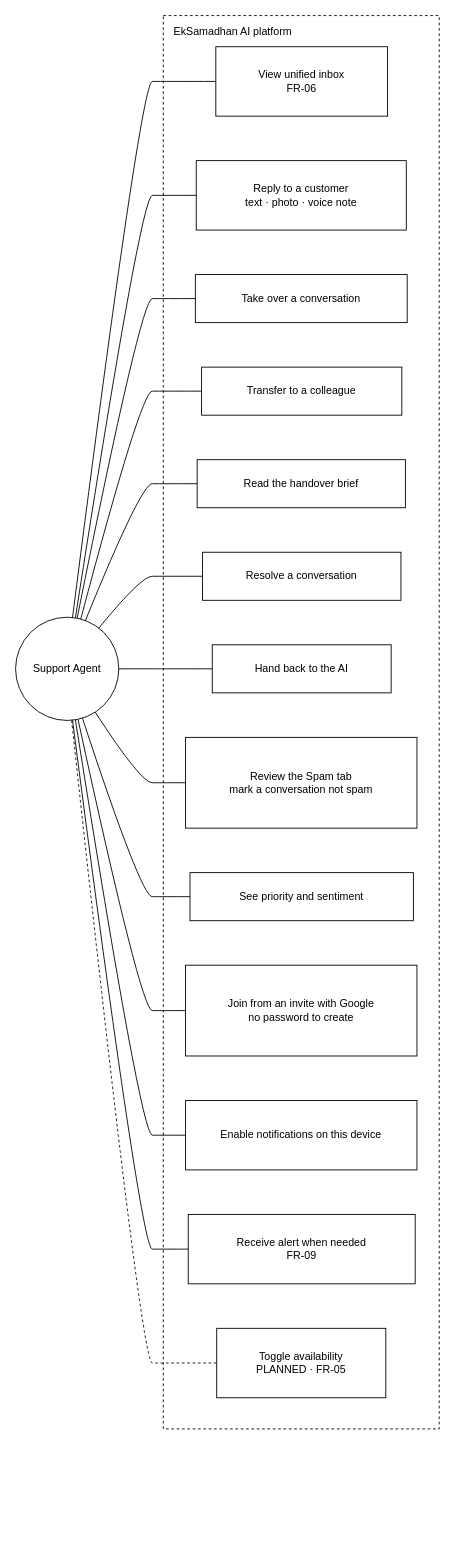
Above: docs/system-design/draw.io/use-case/use-case-support-agent.drawio in SayubShakya/eksamadhan-ai (draw.io), before the change. Source tidied: cells renumbered, new cells numbered last; positions are measured from the earlier drawing's top-left corner, leaving out a move shared by most shapes. Both pictures are drawn from the tidied source at 89%, with x=0, y=0 at pixel (15, 15).
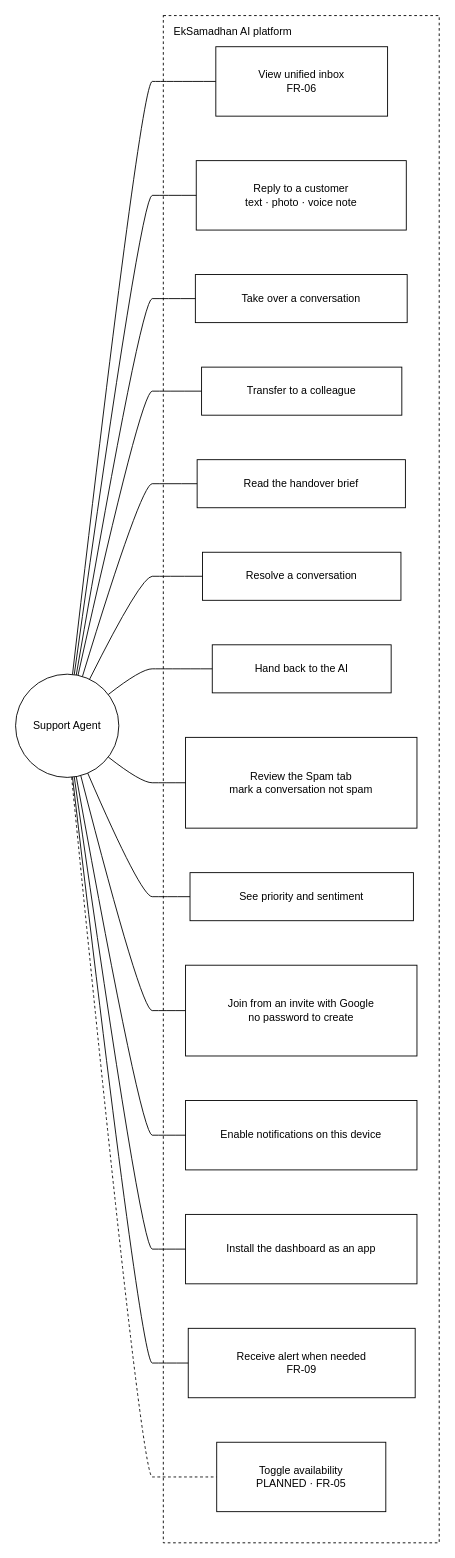
The same page after the edit.

Unchanged cells that the change refers to:
```xml
<mxCell id="5" value="Reply to a customer&lt;br/&gt;text · photo · voice note" style="rounded=0;whiteSpace=wrap;html=1;" parent="2" vertex="1">
  <mxGeometry x="37" y="163" width="236" height="78" as="geometry" />
</mxCell>
<mxCell id="6" value="Take over a conversation" style="rounded=0;whiteSpace=wrap;html=1;" parent="2" vertex="1">
  <mxGeometry x="36" y="291" width="238" height="54" as="geometry" />
</mxCell>
<mxCell id="7" value="Transfer to a colleague" style="rounded=0;whiteSpace=wrap;html=1;" parent="2" vertex="1">
  <mxGeometry x="43" y="395" width="225" height="54" as="geometry" />
</mxCell>
<mxCell id="8" value="Read the handover brief" style="rounded=0;whiteSpace=wrap;html=1;" parent="2" vertex="1">
  <mxGeometry x="38" y="499" width="234" height="54" as="geometry" />
</mxCell>
<mxCell id="9" value="Resolve a conversation" style="rounded=0;whiteSpace=wrap;html=1;" parent="2" vertex="1">
  <mxGeometry x="44" y="603" width="223" height="54" as="geometry" />
</mxCell>
<mxCell id="10" value="Hand back to the AI" style="rounded=0;whiteSpace=wrap;html=1;" parent="2" vertex="1">
  <mxGeometry x="55" y="707" width="201" height="54" as="geometry" />
</mxCell>
<mxCell id="11" value="Review the Spam tab&lt;br/&gt;mark a conversation not spam" style="rounded=0;whiteSpace=wrap;html=1;" parent="2" vertex="1">
  <mxGeometry x="25" y="811" width="260" height="102" as="geometry" />
</mxCell>
<mxCell id="12" value="See priority and sentiment" style="rounded=0;whiteSpace=wrap;html=1;" parent="2" vertex="1">
  <mxGeometry x="30" y="963" width="251" height="54" as="geometry" />
</mxCell>
<mxCell id="13" value="Join from an invite with Google&lt;br/&gt;no password to create" style="rounded=0;whiteSpace=wrap;html=1;" parent="2" vertex="1">
  <mxGeometry x="25" y="1067" width="260" height="102" as="geometry" />
</mxCell>
<mxCell id="14" value="Enable notifications on this device" style="rounded=0;whiteSpace=wrap;html=1;" parent="2" vertex="1">
  <mxGeometry x="25" y="1219" width="260" height="78" as="geometry" />
</mxCell>
```

Diff of the diagram source:
```diff
@@
     <mxCell id="2" value="EkSamadhan AI platform" style="rounded=0;whiteSpace=wrap;html=1;dashed=1;fillColor=none;verticalAlign=top;align=left;spacingLeft=10;spacingTop=4;" parent="1" vertex="1">
-      <mxGeometry x="166" width="310" height="1588" as="geometry" />
+      <mxGeometry x="166" width="310" height="1716" as="geometry" />
     </mxCell>
     <mxCell id="3" value="Support Agent" style="ellipse;whiteSpace=wrap;html=1;" parent="1" vertex="1">
-      <mxGeometry y="676" width="116" height="116" as="geometry" />
+      <mxGeometry y="740" width="116" height="116" as="geometry" />
     </mxCell>
@@
+    <mxCell id="30" value="Install the dashboard as an app" style="rounded=0;whiteSpace=wrap;html=1;" parent="2" vertex="1">
+      <mxGeometry x="25" y="1347" width="260" height="78" as="geometry" />
+    </mxCell>
     <mxCell id="15" value="Receive alert when needed&lt;br/&gt;FR-09" style="rounded=0;whiteSpace=wrap;html=1;" parent="2" vertex="1">
-      <mxGeometry x="28" y="1347" width="255" height="78" as="geometry" />
+      <mxGeometry x="28" y="1475" width="255" height="78" as="geometry" />
     </mxCell>
     <mxCell id="16" value="Toggle availability&lt;br/&gt;PLANNED · FR-05" style="rounded=0;whiteSpace=wrap;html=1;" parent="2" vertex="1">
-      <mxGeometry x="60" y="1475" width="190" height="78" as="geometry" />
+      <mxGeometry x="60" y="1603" width="190" height="78" as="geometry" />
     </mxCell>
@@
-    <mxCell id="18" style="edgeStyle=none;curved=1;html=1;endArrow=none;exitX=0.58;exitY=0.01;exitDx=0;exitDy=0;entryX=0.00;entryY=0.50;entryDx=0;entryDy=0;" parent="1" edge="1" source="3" target="5">
+    <mxCell id="18" style="edgeStyle=none;curved=1;html=1;endArrow=none;exitX=0.57;exitY=0.00;exitDx=0;exitDy=0;entryX=0.00;entryY=0.50;entryDx=0;entryDy=0;" parent="1" edge="1" source="3" target="5">
       <mxGeometry relative="1" as="geometry">
         <Array as="points">
           <mxPoint x="141" y="202" />
           <mxPoint x="166" y="202" />
         </Array>
       </mxGeometry>
     </mxCell>
-    <mxCell id="19" style="edgeStyle=none;curved=1;html=1;endArrow=none;exitX=0.60;exitY=0.01;exitDx=0;exitDy=0;entryX=0.00;entryY=0.50;entryDx=0;entryDy=0;" parent="1" edge="1" source="3" target="6">
+    <mxCell id="19" style="edgeStyle=none;curved=1;html=1;endArrow=none;exitX=0.59;exitY=0.01;exitDx=0;exitDy=0;entryX=0.00;entryY=0.50;entryDx=0;entryDy=0;" parent="1" edge="1" source="3" target="6">
       <mxGeometry relative="1" as="geometry">
         <Array as="points">
           <mxPoint x="141" y="318" />
           <mxPoint x="166" y="318" />
         </Array>
       </mxGeometry>
     </mxCell>
-    <mxCell id="20" style="edgeStyle=none;curved=1;html=1;endArrow=none;exitX=0.63;exitY=0.02;exitDx=0;exitDy=0;entryX=0.00;entryY=0.50;entryDx=0;entryDy=0;" parent="1" edge="1" source="3" target="7">
+    <mxCell id="20" style="edgeStyle=none;curved=1;html=1;endArrow=none;exitX=0.61;exitY=0.01;exitDx=0;exitDy=0;entryX=0.00;entryY=0.50;entryDx=0;entryDy=0;" parent="1" edge="1" source="3" target="7">
       <mxGeometry relative="1" as="geometry">
         <Array as="points">
           <mxPoint x="141" y="422" />
           <mxPoint x="166" y="422" />
         </Array>
       </mxGeometry>
     </mxCell>
-    <mxCell id="21" style="edgeStyle=none;curved=1;html=1;endArrow=none;exitX=0.68;exitY=0.04;exitDx=0;exitDy=0;entryX=0.00;entryY=0.50;entryDx=0;entryDy=0;" parent="1" edge="1" source="3" target="8">
+    <mxCell id="21" style="edgeStyle=none;curved=1;html=1;endArrow=none;exitX=0.65;exitY=0.02;exitDx=0;exitDy=0;entryX=0.00;entryY=0.50;entryDx=0;entryDy=0;" parent="1" edge="1" source="3" target="8">
       <mxGeometry relative="1" as="geometry">
         <Array as="points">
           <mxPoint x="141" y="526" />
           <mxPoint x="166" y="526" />
         </Array>
       </mxGeometry>
     </mxCell>
-    <mxCell id="22" style="edgeStyle=none;curved=1;html=1;endArrow=none;exitX=0.81;exitY=0.11;exitDx=0;exitDy=0;entryX=0.00;entryY=0.50;entryDx=0;entryDy=0;" parent="1" edge="1" source="3" target="9">
+    <mxCell id="22" style="edgeStyle=none;curved=1;html=1;endArrow=none;exitX=0.72;exitY=0.05;exitDx=0;exitDy=0;entryX=0.00;entryY=0.50;entryDx=0;entryDy=0;" parent="1" edge="1" source="3" target="9">
       <mxGeometry relative="1" as="geometry">
         <Array as="points">
           <mxPoint x="141" y="630" />
           <mxPoint x="166" y="630" />
         </Array>
       </mxGeometry>
     </mxCell>
-    <mxCell id="23" style="edgeStyle=none;curved=1;html=1;endArrow=none;exitX=1.00;exitY=0.50;exitDx=0;exitDy=0;entryX=0.00;entryY=0.50;entryDx=0;entryDy=0;" parent="1" edge="1" source="3" target="10">
+    <mxCell id="23" style="edgeStyle=none;curved=1;html=1;endArrow=none;exitX=0.90;exitY=0.19;exitDx=0;exitDy=0;entryX=0.00;entryY=0.50;entryDx=0;entryDy=0;" parent="1" edge="1" source="3" target="10">
       <mxGeometry relative="1" as="geometry">
         <Array as="points">
           <mxPoint x="141" y="734" />
           <mxPoint x="166" y="734" />
         </Array>
       </mxGeometry>
     </mxCell>
-    <mxCell id="24" style="edgeStyle=none;curved=1;html=1;endArrow=none;exitX=0.77;exitY=0.92;exitDx=0;exitDy=0;entryX=0.00;entryY=0.50;entryDx=0;entryDy=0;" parent="1" edge="1" source="3" target="11">
+    <mxCell id="24" style="edgeStyle=none;curved=1;html=1;endArrow=none;exitX=0.90;exitY=0.81;exitDx=0;exitDy=0;entryX=0.00;entryY=0.50;entryDx=0;entryDy=0;" parent="1" edge="1" source="3" target="11">
       <mxGeometry relative="1" as="geometry">
         <Array as="points">
           <mxPoint x="141" y="862" />
           <mxPoint x="166" y="862" />
         </Array>
       </mxGeometry>
     </mxCell>
-    <mxCell id="25" style="edgeStyle=none;curved=1;html=1;endArrow=none;exitX=0.65;exitY=0.98;exitDx=0;exitDy=0;entryX=0.00;entryY=0.50;entryDx=0;entryDy=0;" parent="1" edge="1" source="3" target="12">
+    <mxCell id="25" style="edgeStyle=none;curved=1;html=1;endArrow=none;exitX=0.70;exitY=0.96;exitDx=0;exitDy=0;entryX=0.00;entryY=0.50;entryDx=0;entryDy=0;" parent="1" edge="1" source="3" target="12">
       <mxGeometry relative="1" as="geometry">
         <Array as="points">
           <mxPoint x="141" y="990" />
           <mxPoint x="166" y="990" />
         </Array>
       </mxGeometry>
     </mxCell>
-    <mxCell id="26" style="edgeStyle=none;curved=1;html=1;endArrow=none;exitX=0.61;exitY=0.99;exitDx=0;exitDy=0;entryX=0.00;entryY=0.50;entryDx=0;entryDy=0;" parent="1" edge="1" source="3" target="13">
+    <mxCell id="26" style="edgeStyle=none;curved=1;html=1;endArrow=none;exitX=0.63;exitY=0.98;exitDx=0;exitDy=0;entryX=0.00;entryY=0.50;entryDx=0;entryDy=0;" parent="1" edge="1" source="3" target="13">
       <mxGeometry relative="1" as="geometry">
         <Array as="points">
           <mxPoint x="141" y="1118" />
           <mxPoint x="166" y="1118" />
         </Array>
       </mxGeometry>
     </mxCell>
-    <mxCell id="27" style="edgeStyle=none;curved=1;html=1;endArrow=none;exitX=0.58;exitY=0.99;exitDx=0;exitDy=0;entryX=0.00;entryY=0.50;entryDx=0;entryDy=0;" parent="1" edge="1" source="3" target="14">
+    <mxCell id="27" style="edgeStyle=none;curved=1;html=1;endArrow=none;exitX=0.59;exitY=0.99;exitDx=0;exitDy=0;entryX=0.00;entryY=0.50;entryDx=0;entryDy=0;" parent="1" edge="1" source="3" target="14">
       <mxGeometry relative="1" as="geometry">
         <Array as="points">
           <mxPoint x="141" y="1258" />
           <mxPoint x="166" y="1258" />
         </Array>
       </mxGeometry>
     </mxCell>
-    <mxCell id="28" style="edgeStyle=none;curved=1;html=1;endArrow=none;exitX=0.56;exitY=1.00;exitDx=0;exitDy=0;entryX=0.00;entryY=0.50;entryDx=0;entryDy=0;" parent="1" edge="1" source="3" target="15">
+    <mxCell id="28" style="edgeStyle=none;curved=1;html=1;endArrow=none;exitX=0.57;exitY=1.00;exitDx=0;exitDy=0;entryX=0.00;entryY=0.50;entryDx=0;entryDy=0;" parent="1" edge="1" source="3" target="30">
       <mxGeometry relative="1" as="geometry">
         <Array as="points">
           <mxPoint x="141" y="1386" />
           <mxPoint x="166" y="1386" />
         </Array>
       </mxGeometry>
     </mxCell>
-    <mxCell id="29" style="edgeStyle=none;curved=1;html=1;dashed=1;endArrow=none;exitX=0.55;exitY=1.00;exitDx=0;exitDy=0;entryX=0.00;entryY=0.50;entryDx=0;entryDy=0;" parent="1" edge="1" source="3" target="16">
+    <mxCell id="29" style="edgeStyle=none;curved=1;html=1;endArrow=none;exitX=0.56;exitY=1.00;exitDx=0;exitDy=0;entryX=0.00;entryY=0.50;entryDx=0;entryDy=0;" parent="1" edge="1" source="3" target="15">
       <mxGeometry relative="1" as="geometry">
         <Array as="points">
           <mxPoint x="141" y="1514" />
           <mxPoint x="166" y="1514" />
         </Array>
       </mxGeometry>
     </mxCell>
+    <mxCell id="31" style="edgeStyle=none;curved=1;html=1;dashed=1;endArrow=none;exitX=0.55;exitY=1.00;exitDx=0;exitDy=0;entryX=0.00;entryY=0.50;entryDx=0;entryDy=0;" parent="1" edge="1" source="3" target="16">
+      <mxGeometry relative="1" as="geometry">
+        <Array as="points">
+          <mxPoint x="141" y="1642" />
+          <mxPoint x="166" y="1642" />
+        </Array>
+      </mxGeometry>
+    </mxCell>
```
